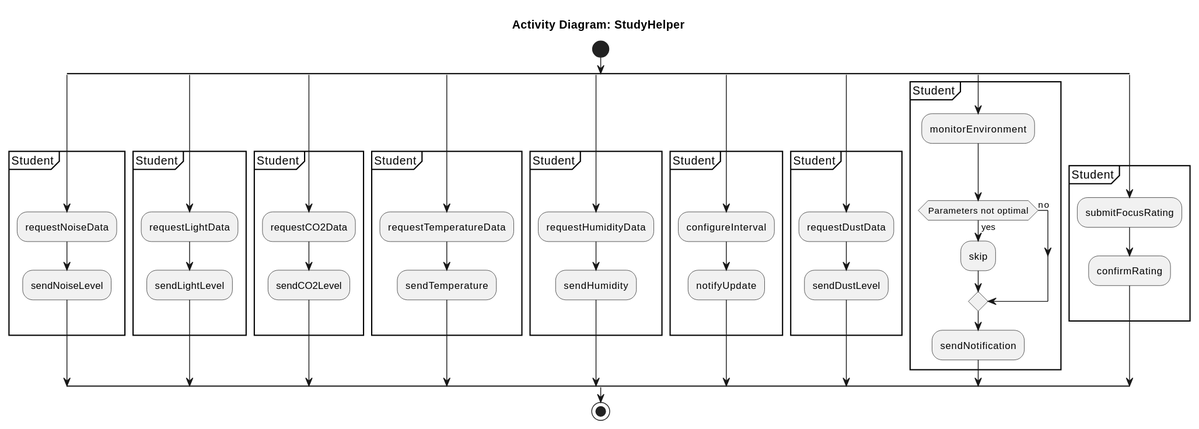
Before: Documentation/Analysis/StudyHelper.activity.svg, a diagram exported from PlantUML (SEP4Real/SEP4).
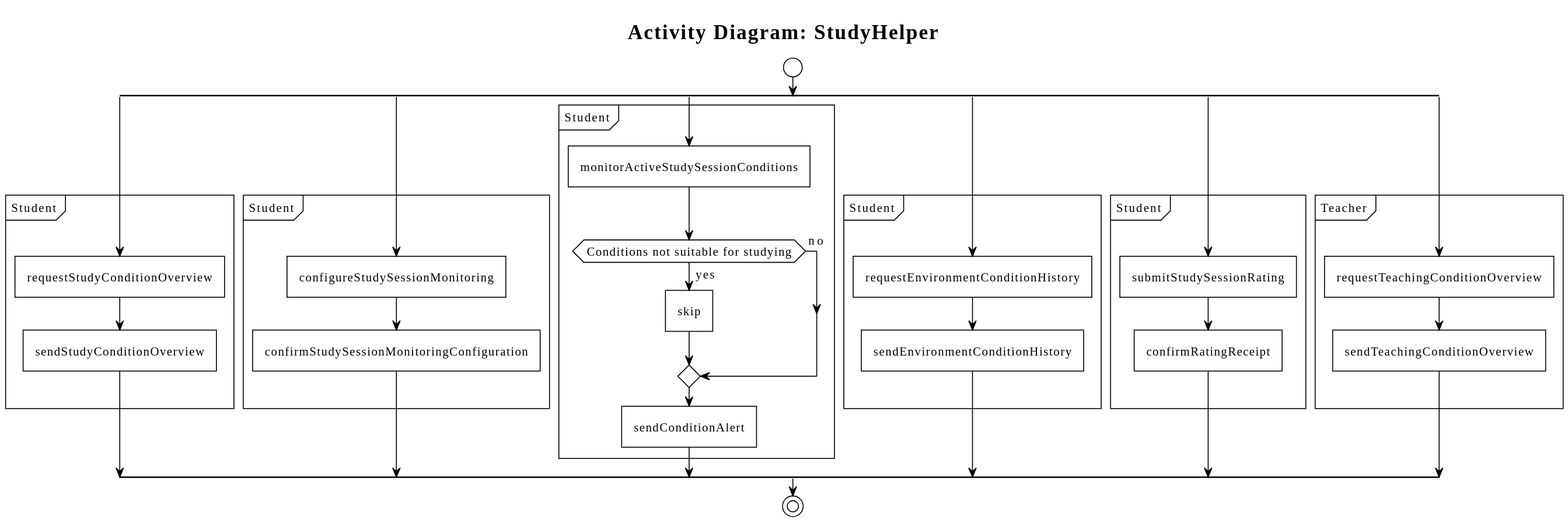
The same diagram one commit later.

The edit, as a diff of the source:
```diff
@@ -1,72 +1,53 @@
 @startuml
 skinparam MessageAlign center
 title Activity Diagram: StudyHelper
+!include https://raw.githubusercontent.com/fredoslav2004/MinimalThemePUML/refs/heads/main/minimal-theme.puml
 start
 split
 partition "Student" {
-    label CheckNoiseLevel_start
-    :requestNoiseData;
-    :sendNoiseLevel;
-    label CheckNoiseLevel_end
+    label AssessStudyConditionsForStudySession_start
+    :requestStudyConditionOverview;
+    :sendStudyConditionOverview;
+    label AssessStudyConditionsForStudySession_end
 }
 split again
 partition "Student" {
-    label CheckLightLevel_start
-    :requestLightData;
-    :sendLightLevel;
-    label CheckLightLevel_end
+    label ConfigureStudySessionMonitoring_start
+    :configureStudySessionMonitoring;
+    :confirmStudySessionMonitoringConfiguration;
+    label ConfigureStudySessionMonitoring_end
 }
 split again
 partition "Student" {
-    label CheckCO2Level_start
-    :requestCO2Data;
-    :sendCO2Level;
-    label CheckCO2Level_end
+    :monitorActiveStudySessionConditions;
+    label ReceiveStudentEnvironmentAlert_
+    if (Conditions not suitable for studying) then (yes)
+      :skip;
+    else (no)
+    endif
+    :sendConditionAlert;
+    label ReceiveStudentEnvironmentAlert_end
 }
 split again
 partition "Student" {
-    label CheckTemperature_start
-    :requestTemperatureData;
-    :sendTemperature;
-    label CheckTemperature_end
+    label ViewEnvironmentConditionHistory_start
+    :requestEnvironmentConditionHistory;
+    :sendEnvironmentConditionHistory;
+    label ViewEnvironmentConditionHistory_end
 }
 split again
 partition "Student" {
-    label CheckHumidity_start
-    :requestHumidityData;
-    :sendHumidity;
-    label CheckHumidity_end
+    label RateStudySessionSuitability_start
+    :submitStudySessionRating;
+    :confirmRatingReceipt;
+    label RateStudySessionSuitability_end
 }
 split again
-partition "Student" {
-    label SetDataCollectionInterval_start
-    :configureInterval;
-    :notifyUpdate;
-    label SetDataCollectionInterval_end
-}
-split again
-partition "Student" {
-    label CheckDustLevel_start
-    :requestDustData;
-    :sendDustLevel;
-    label CheckDustLevel_end
-}
-split again
-partition "Student" {
-    :monitorEnvironment;
-    label ReceiveEnvironmentNotification_
-    if (Parameters not optimal) then (yes)
-      :skip;
-    else (no)
-    endif
-    :sendNotification;
-    label ReceiveEnvironmentNotification_end
-}
-split again
-partition "Student" {
-    :submitFocusRating;
-    :confirmRating;
-    label RateStudySessionFocus_end
+partition "Teacher" {
+    label AssessConditionsForTeaching_start
+    :requestTeachingConditionOverview;
+    :sendTeachingConditionOverview;
+    label AssessConditionsForTeaching_end
 }
 endsplit
 stop
```
